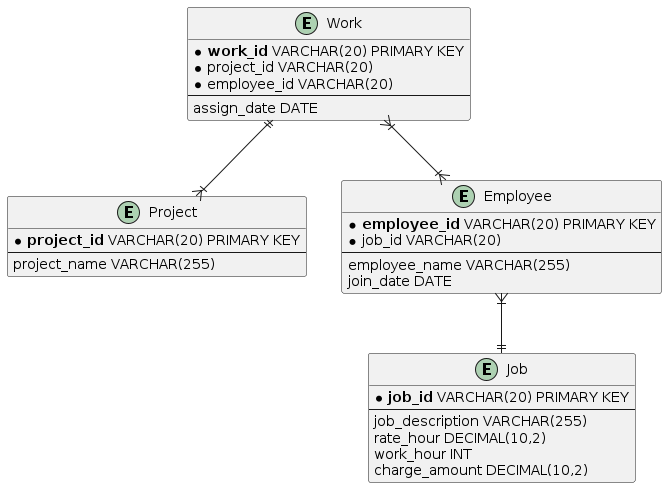
Above: c3123/lab8/activity1.png in Alomory/educational (PlantUML), before the change.
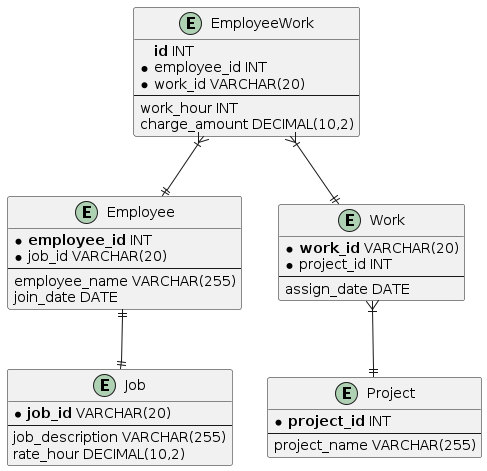
The same diagram one commit later.

Commit message:
Double scramble

Diff of the diagram source:
```diff
@@ -1,38 +1,45 @@
 @startuml
 
-entity Project {
-    * **project_id** VARCHAR(20) PRIMARY KEY
+entity Job {
+    * **job_id** VARCHAR(20)
     ---
-    project_name VARCHAR(255)
+    job_description VARCHAR(255)
+    rate_hour DECIMAL(10,2)
 }
 
 entity Employee {
-    * **employee_id** VARCHAR(20) PRIMARY KEY
+    * **employee_id** INT
     * job_id VARCHAR(20)
     ---
     employee_name VARCHAR(255)
     join_date DATE
 }
 
-entity Job {
-    * **job_id** VARCHAR(20) PRIMARY KEY
+entity Project {
+    * **project_id** INT
     ---
-    job_description VARCHAR(255)
-    rate_hour DECIMAL(10,2)
+    project_name VARCHAR(255)
+}
+
+entity Work {
+    * **work_id** VARCHAR(20)
+    * project_id INT
+    ---
+    assign_date DATE
+}
+
+entity EmployeeWork {
+    **id** INT
+    * employee_id INT
+    * work_id VARCHAR(20)
+    ---
     work_hour INT
     charge_amount DECIMAL(10,2)
 }
 
-entity Work {
-    * **work_id** VARCHAR(20) PRIMARY KEY
-    * project_id VARCHAR(20)
-    * employee_id VARCHAR(20)
-    ---
-    assign_date DATE
-}
-
-Work ||--|{ Project
-Work }|--|{ Employee
-Employee }|--|| Job
+Employee ||--|| Job
+EmployeeWork }|--|| Employee
+EmployeeWork }|--|| Work
+Work }|--|| Project
 
 @enduml
```
